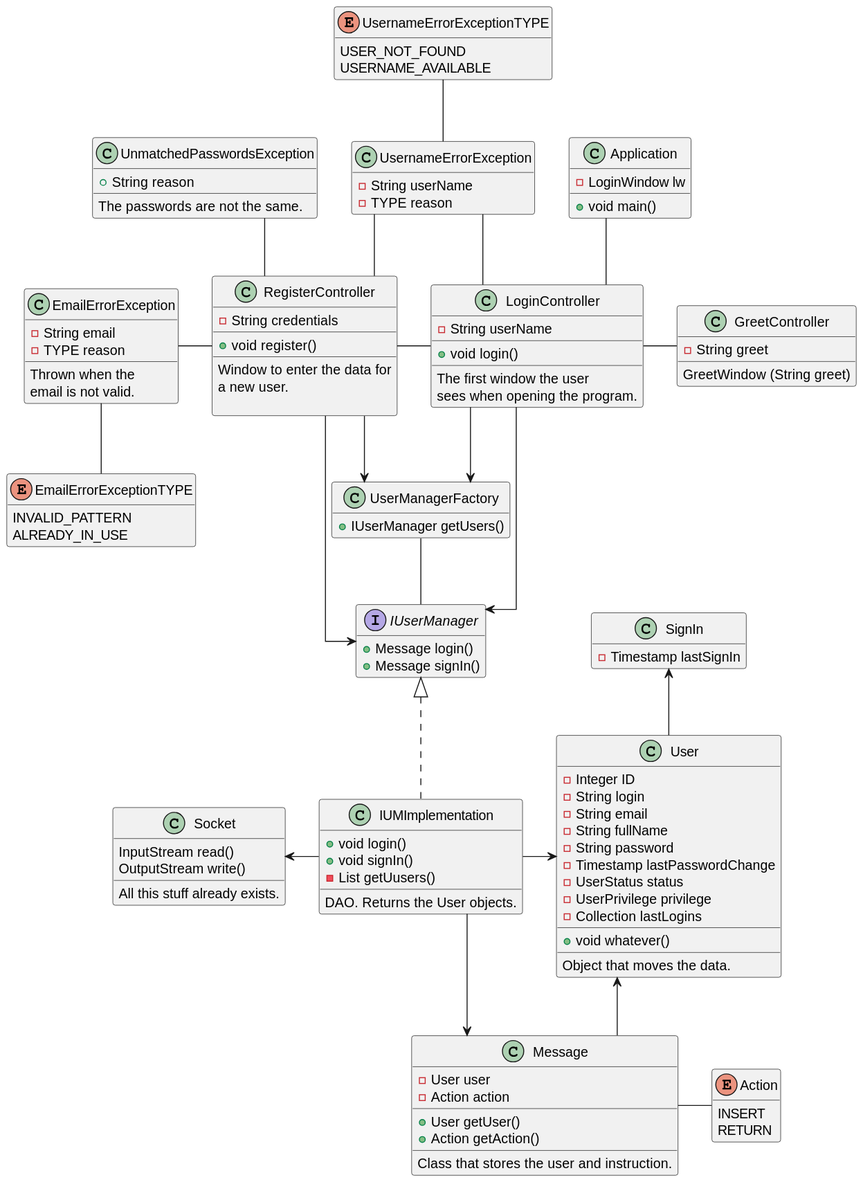
Earlier version of the PlantUML export uml/client.svg (optickx/ClientReto1).
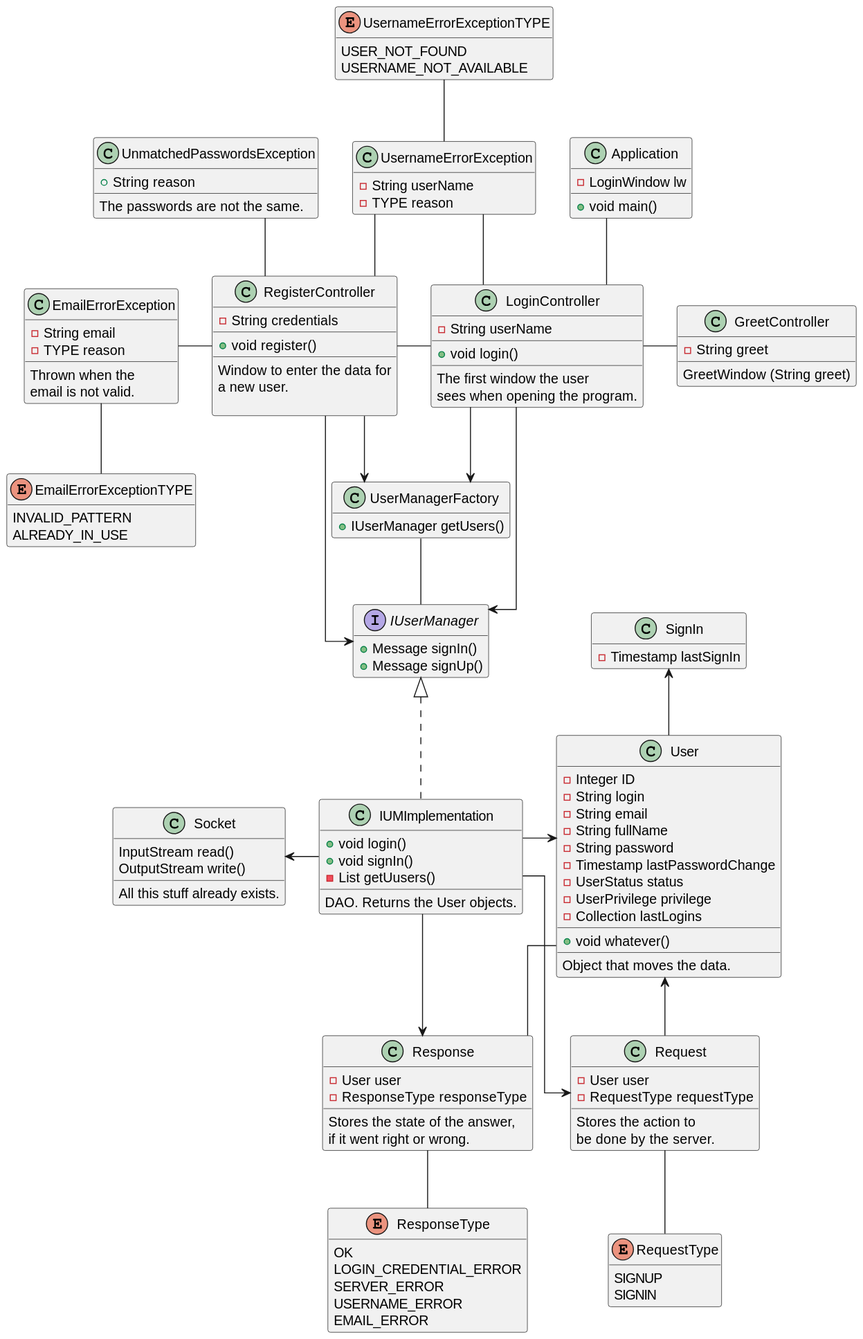
After the commit.

Change to the diagram source:
```diff
@@ -32,8 +32,8 @@
     GreetWindow (String greet)
 }
 interface IUserManager {
-    +Message login()
     +Message signIn()
+    +Message signUp()
 }
 class IUMImplementation {
     +void login()
@@ -70,19 +70,35 @@
 class SignIn {
     -Timestamp lastSignIn
 }
-class Message {
+
+class Request {
     -User user
-    -Action action
+    -RequestType requestType
     __
-    +User getUser()
-    +Action getAction()
+    Stores the action to
+    be done by the server.
+}
+
+enum RequestType {
+   SIGNUP
+   SIGNIN
+}
+
+class Response {
+    -User user
+    -ResponseType responseType
     __
-    Class that stores the user and instruction.
+    Stores the state of the answer,
+    if it went right or wrong.
 }
-enum Action {
-    INSERT
-    RETURN
+enum ResponseType {
+    OK
+    LOGIN_CREDENTIAL_ERROR
+    SERVER_ERROR
+    USERNAME_ERROR
+    EMAIL_ERROR
 }
+
 
 class UnmatchedPasswordsException {
     +String reason
@@ -109,7 +125,7 @@
 }
 enum UsernameErrorExceptionTYPE {
     USER_NOT_FOUND
-    USERNAME_AVAILABLE
+    USERNAME_NOT_AVAILABLE
 }
 
 
@@ -129,13 +145,19 @@
 UserManagerFactory -- IUserManager
 IUserManager <|.. IUMImplementation
 IUMImplementation -right-> User
+IUMImplementation -left-> Socket
+User -up-> SignIn
 
-IUMImplementation -left-> Socket
-IUMImplementation --> Message
 
-User -up-> SignIn
-User <-right- Message
-Action -left- Message
+IUMImplementation --> Request
+IUMImplementation -left-> Response
+
+User <-down- Request
+RequestType -up-Request
+
+User -down- Response
+ResponseType -up- Response
+
 
 EmailErrorException -right- RegisterController
 UnmatchedPasswordsException -- RegisterController
```
